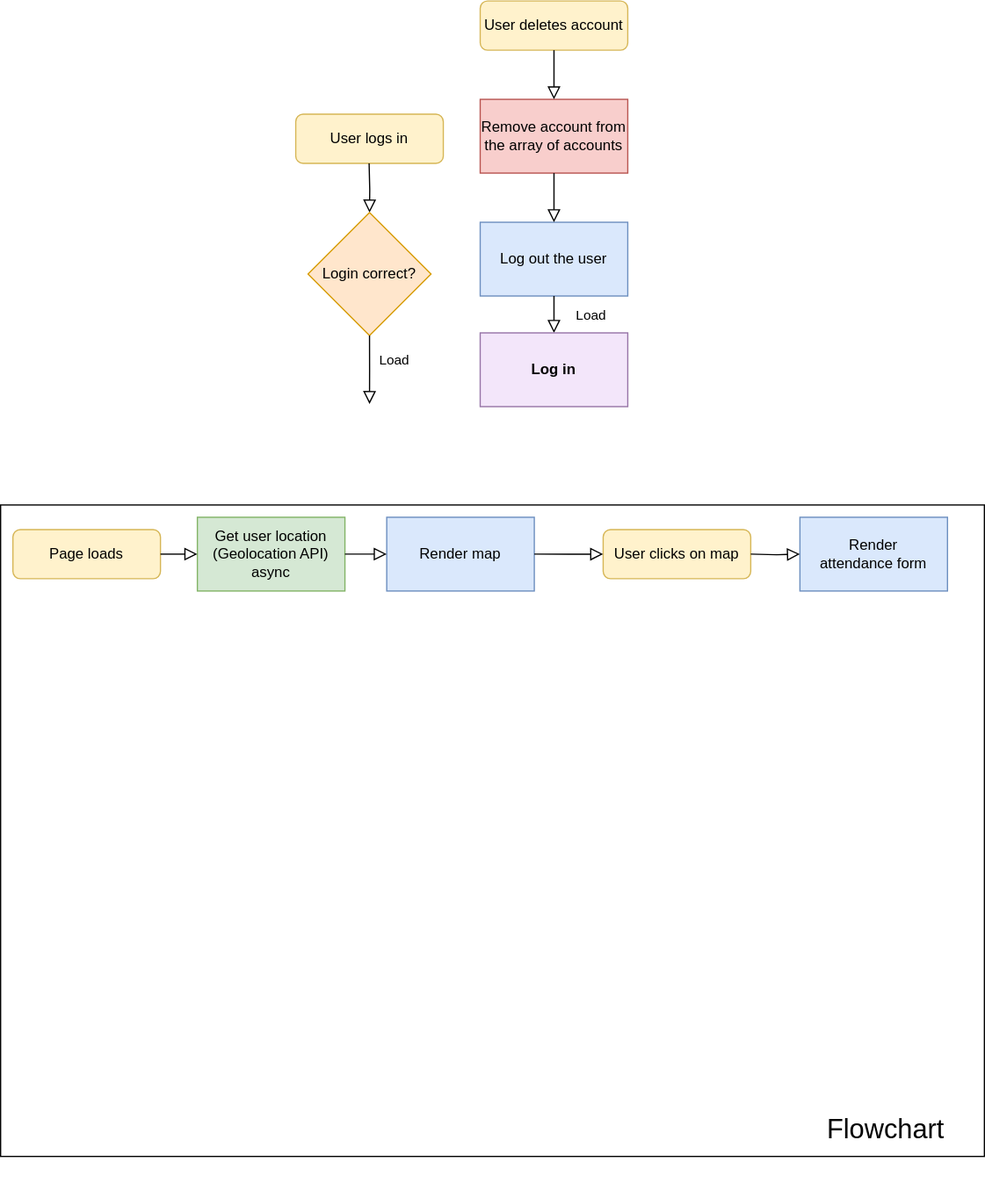
This is flowchart.drawio.svg from josenavarrohub/vanilla-js-eventify, a draw.io export, as it was before one commit. Source tidied: cells renumbered, new cells last; positions are measured from the earlier drawing's top-left corner, leaving out a move shared by most shapes.
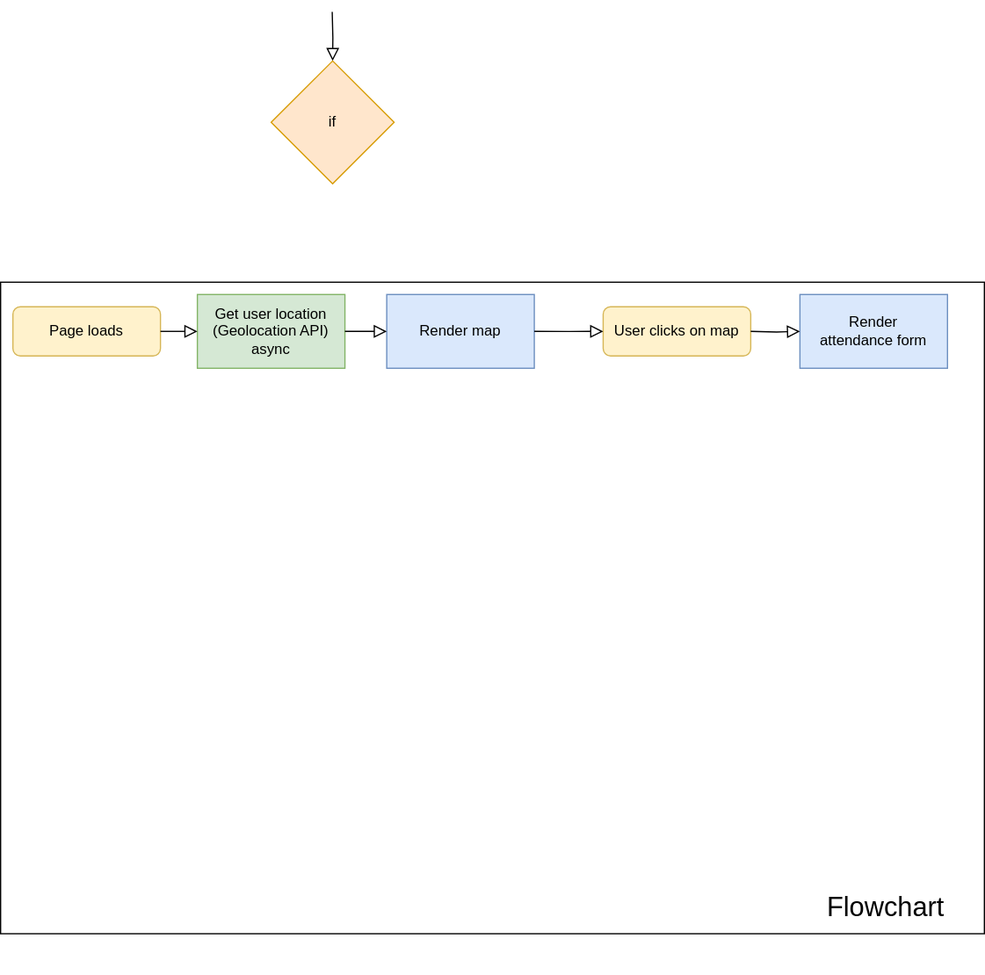
After the commit.

The edit, as a diff of the source:
```diff
@@ -5,46 +5,17 @@
     <mxCell id="2" style="rounded=0;whiteSpace=wrap;html=1;fontSize=16;strokeColor=default;" parent="1" vertex="1">
       <mxGeometry y="410" width="800" height="530" as="geometry" />
     </mxCell>
-    <mxCell id="3" value="User logs in" style="rounded=1;whiteSpace=wrap;html=1;fontSize=12;glass=0;strokeWidth=1;shadow=0;fillColor=#fff2cc;strokeColor=#d6b656;" parent="1" vertex="1">
-      <mxGeometry x="240" y="92.1" width="120" height="40" as="geometry" />
-    </mxCell>
     <mxCell id="4" style="rounded=0;html=1;jettySize=auto;fontSize=11;endArrow=block;endFill=0;endSize=8;strokeWidth=1;shadow=0;labelBackgroundColor=none;edgeStyle=orthogonalEdgeStyle;entryX=0.5;entryY=0;entryDx=0;entryDy=0;exitX=0.5;exitY=1;exitDx=0;exitDy=0;entryPerimeter=0;" parent="1" edge="1" target="5">
       <mxGeometry relative="1" as="geometry">
-        <mxPoint x="299.7" y="132.1" as="sourcePoint" />
+        <mxPoint x="269.7" y="190" as="sourcePoint" />
       </mxGeometry>
     </mxCell>
-    <mxCell id="5" value="Login correct?" style="strokeWidth=1;html=1;shape=mxgraph.flowchart.decision;whiteSpace=wrap;fillColor=#ffe6cc;strokeColor=#d79b00;rounded=0;" parent="1" vertex="1">
-      <mxGeometry x="250" y="172.1" width="100" height="100" as="geometry" />
+    <mxCell id="5" value="if" style="strokeWidth=1;html=1;shape=mxgraph.flowchart.decision;whiteSpace=wrap;fillColor=#ffe6cc;strokeColor=#d79b00;rounded=0;" parent="1" vertex="1">
+      <mxGeometry x="220" y="230" width="100" height="100" as="geometry" />
     </mxCell>
     <mxCell id="6" value="Flowchart" style="text;html=1;strokeColor=none;fillColor=none;align=center;verticalAlign=middle;whiteSpace=wrap;rounded=0;fontSize=22;" parent="1" vertex="1">
       <mxGeometry x="640" y="865.8" width="160" height="106.5" as="geometry" />
     </mxCell>
-    <mxCell id="7" value="Load" style="rounded=0;html=1;jettySize=auto;fontSize=11;endArrow=block;endFill=0;endSize=8;strokeWidth=1;shadow=0;labelBackgroundColor=none;edgeStyle=orthogonalEdgeStyle;entryX=0.5;entryY=0;entryDx=0;entryDy=0;exitX=0.5;exitY=1;exitDx=0;exitDy=0;exitPerimeter=0;" parent="1" edge="1" source="5">
-      <mxGeometry x="-0.28" y="20" relative="1" as="geometry">
-        <mxPoint x="300" y="327.9" as="targetPoint" />
-      </mxGeometry>
-    </mxCell>
-    <mxCell id="8" value="User deletes account" style="rounded=1;whiteSpace=wrap;html=1;fontSize=12;glass=0;strokeWidth=1;shadow=0;fillColor=#fff2cc;strokeColor=#d6b656;" parent="1" vertex="1">
-      <mxGeometry x="390" width="120" height="40" as="geometry" />
-    </mxCell>
-    <mxCell id="9" value="Remove account from the array of accounts" style="rounded=0;whiteSpace=wrap;html=1;fillColor=#f8cecc;strokeColor=#b85450;" parent="1" vertex="1">
-      <mxGeometry x="390" y="80" width="120" height="60" as="geometry" />
-    </mxCell>
-    <mxCell id="10" style="rounded=0;html=1;jettySize=auto;fontSize=11;endArrow=block;endFill=0;endSize=8;strokeWidth=1;shadow=0;labelBackgroundColor=none;edgeStyle=orthogonalEdgeStyle;entryX=0.5;entryY=0;entryDx=0;entryDy=0;exitX=0.5;exitY=1;exitDx=0;exitDy=0;" parent="1" edge="1" source="8" target="9">
-      <mxGeometry relative="1" as="geometry" />
-    </mxCell>
-    <mxCell id="11" value="Log out the user" style="rounded=0;whiteSpace=wrap;html=1;fillColor=#dae8fc;strokeColor=#6c8ebf;" parent="1" vertex="1">
-      <mxGeometry x="390" y="180" width="120" height="60" as="geometry" />
-    </mxCell>
-    <mxCell id="12" style="rounded=0;html=1;jettySize=auto;fontSize=11;endArrow=block;endFill=0;endSize=8;strokeWidth=1;shadow=0;labelBackgroundColor=none;edgeStyle=orthogonalEdgeStyle;entryX=0.5;entryY=0;entryDx=0;entryDy=0;exitX=0.5;exitY=1;exitDx=0;exitDy=0;" parent="1" edge="1" source="9" target="11">
-      <mxGeometry relative="1" as="geometry" />
-    </mxCell>
-    <mxCell id="13" value="Load" style="rounded=0;html=1;jettySize=auto;fontSize=11;endArrow=block;endFill=0;endSize=8;strokeWidth=1;shadow=0;labelBackgroundColor=none;edgeStyle=orthogonalEdgeStyle;entryX=0.5;entryY=0;entryDx=0;entryDy=0;exitX=0.5;exitY=1;exitDx=0;exitDy=0;" parent="1" edge="1" source="11" target="14">
-      <mxGeometry x="0.08" y="30" relative="1" as="geometry" />
-    </mxCell>
-    <mxCell id="14" value="Log in" style="rounded=0;whiteSpace=wrap;html=1;fillColor=#F3E6FA;strokeColor=#9673a6;fontStyle=1;" parent="1" vertex="1">
-      <mxGeometry x="390" y="270" width="120" height="60" as="geometry" />
-    </mxCell>
     <mxCell id="15" value="Page loads" style="rounded=1;whiteSpace=wrap;html=1;fontSize=12;glass=0;strokeWidth=1;shadow=0;fillColor=#fff2cc;strokeColor=#d6b656;" parent="1" vertex="1">
       <mxGeometry x="10" y="430" width="120" height="40" as="geometry" />
     </mxCell>
```
